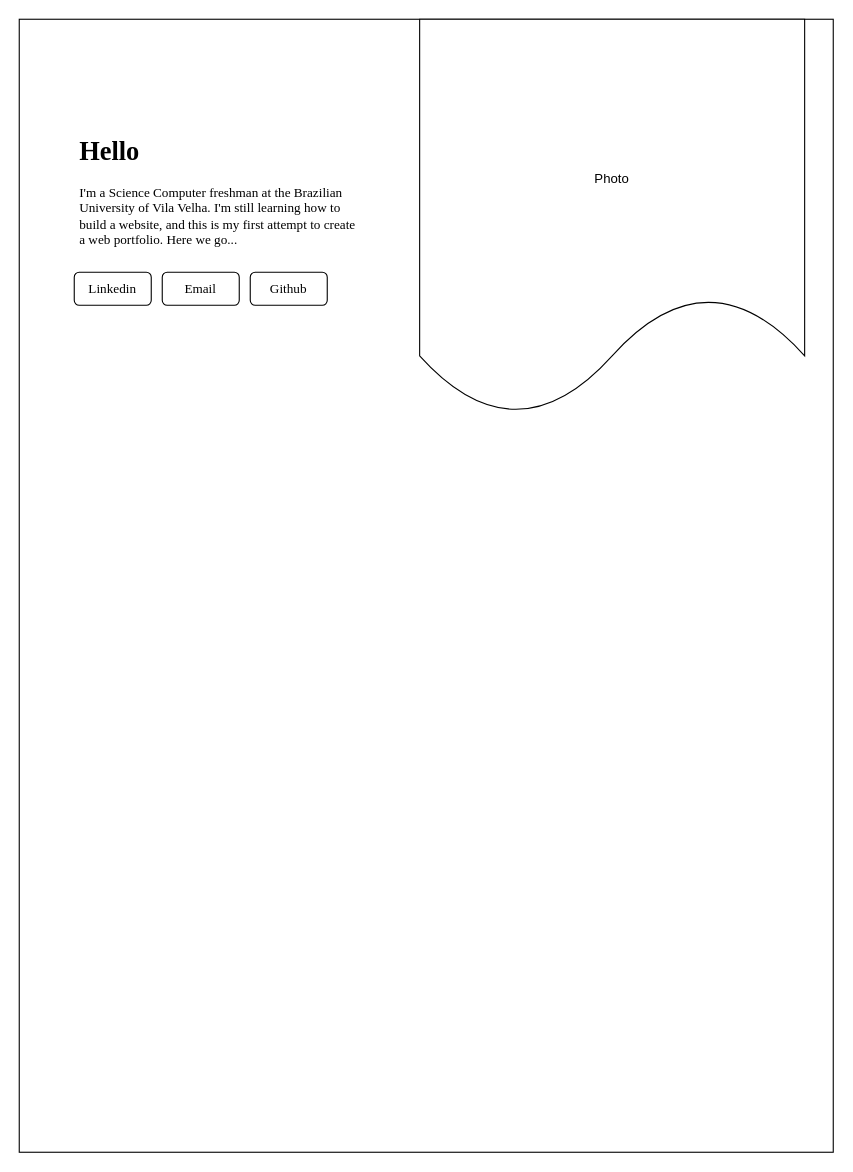
Above: Portfolio Layout Web.drawio in raqlr/WebCC1M (draw.io), before the change. Source tidied: cells renumbered, new cells numbered last; positions are measured from the earlier drawing's top-left corner, leaving out a move shared by most shapes. Both pictures are drawn from the tidied source at 110%, with x=0, y=0 at pixel (19, 19).
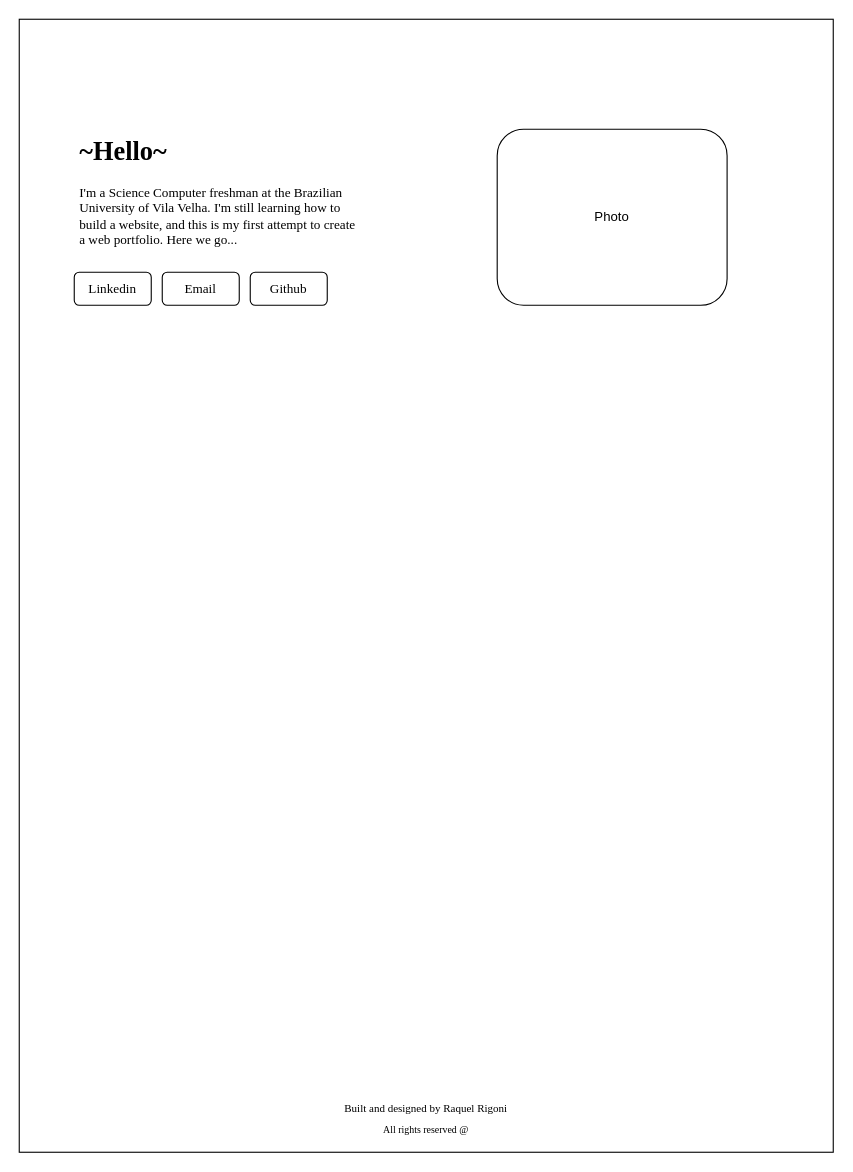
Above is the later version.

What changed in the source:
```diff
@@
 <mxGraphModel>
   <root>
     <mxCell id="0" />
     <mxCell id="1" parent="0" />
-    <mxCell id="2" style="rounded=0;whiteSpace=wrap;html=1;strokeColor=default;" parent="1" vertex="1">
+    <mxCell id="2" style="rounded=0;whiteSpace=wrap;html=1;" parent="1" vertex="1">
       <mxGeometry width="740" height="1030" as="geometry" />
     </mxCell>
-    <mxCell id="3" value="&lt;h1&gt;Hello&lt;/h1&gt;&lt;p&gt;&lt;span style=&quot;text-align: center;&quot;&gt;I'm a Science Computer freshman at the Brazilian University of Vila Velha. I'm still learning how to build a website, and this is my first attempt to create a web portfolio. Here we go...&lt;/span&gt;&lt;br&gt;&lt;/p&gt;" style="text;html=1;strokeColor=none;fillColor=none;spacing=5;spacingTop=-20;whiteSpace=wrap;overflow=hidden;rounded=0;fontFamily=Times New Roman;" parent="1" vertex="1">
+    <mxCell id="3" value="&lt;h1&gt;~Hello~&lt;/h1&gt;&lt;p&gt;&lt;span style=&quot;text-align: center;&quot;&gt;I'm a Science Computer freshman at the Brazilian University of Vila Velha. I'm still learning how to build a website, and this is my first attempt to create a web portfolio. Here we go...&lt;/span&gt;&lt;br&gt;&lt;/p&gt;" style="text;html=1;strokeColor=none;fillColor=none;spacing=5;spacingTop=-20;whiteSpace=wrap;overflow=hidden;rounded=0;fontFamily=Times New Roman;" parent="1" vertex="1">
       <mxGeometry x="50" y="100" width="260" height="140" as="geometry" />
     </mxCell>
-    <mxCell id="4" style="shape=document;whiteSpace=wrap;html=1;boundedLbl=1;" parent="1" vertex="1">
-      <mxGeometry x="364" width="350" height="360" as="geometry" />
-    </mxCell>
-    <mxCell id="5" value="Photo" style="text;html=1;strokeColor=none;fillColor=none;align=center;verticalAlign=middle;whiteSpace=wrap;rounded=0;" parent="1" vertex="1">
-      <mxGeometry x="509" y="130" width="60" height="30" as="geometry" />
-    </mxCell>
     <mxCell id="6" style="rounded=1;whiteSpace=wrap;html=1;fontFamily=Times New Roman;" parent="1" vertex="1">
       <mxGeometry x="50" y="230" width="70" height="30" as="geometry" />
     </mxCell>
     <mxCell id="7" style="rounded=1;whiteSpace=wrap;html=1;fontFamily=Times New Roman;" parent="1" vertex="1">
       <mxGeometry x="130" y="230" width="70" height="30" as="geometry" />
     </mxCell>
     <mxCell id="8" style="rounded=1;whiteSpace=wrap;html=1;fontFamily=Times New Roman;" parent="1" vertex="1">
       <mxGeometry x="210" y="230" width="70" height="30" as="geometry" />
     </mxCell>
     <mxCell id="9" value="Linkedin" style="text;html=1;strokeColor=none;fillColor=none;align=center;verticalAlign=middle;whiteSpace=wrap;rounded=0;fontFamily=Times New Roman;" parent="1" vertex="1">
       <mxGeometry x="55" y="230" width="60" height="30" as="geometry" />
     </mxCell>
     <mxCell id="10" value="Email" style="text;html=1;strokeColor=none;fillColor=none;align=center;verticalAlign=middle;whiteSpace=wrap;rounded=0;fontFamily=Times New Roman;" parent="1" vertex="1">
       <mxGeometry x="135" y="230" width="60" height="30" as="geometry" />
     </mxCell>
     <mxCell id="11" value="Github" style="text;html=1;strokeColor=none;fillColor=none;align=center;verticalAlign=middle;whiteSpace=wrap;rounded=0;fontFamily=Times New Roman;" parent="1" vertex="1">
       <mxGeometry x="215" y="230" width="60" height="30" as="geometry" />
     </mxCell>
+    <mxCell id="12" style="rounded=1;whiteSpace=wrap;html=1;fontFamily=Times New Roman;strokeColor=default;" parent="1" vertex="1">
+      <mxGeometry x="434.5" y="100" width="209" height="160" as="geometry" />
+    </mxCell>
+    <mxCell id="5" value="Photo" style="text;html=1;strokeColor=none;fillColor=none;align=center;verticalAlign=middle;whiteSpace=wrap;rounded=0;" parent="1" vertex="1">
+      <mxGeometry x="509" y="165" width="60" height="30" as="geometry" />
+    </mxCell>
+    <mxCell id="13" value="Built and designed by Raquel Rigoni" style="text;html=1;strokeColor=none;fillColor=none;align=center;verticalAlign=middle;whiteSpace=wrap;rounded=0;fontFamily=Times New Roman;fontSize=10;" parent="1" vertex="1">
+      <mxGeometry x="280" y="980" width="180" height="20" as="geometry" />
+    </mxCell>
+    <mxCell id="14" value="All rights reserved @" style="text;html=1;strokeColor=none;fillColor=none;align=center;verticalAlign=middle;whiteSpace=wrap;rounded=0;fontFamily=Times New Roman;fontSize=9;" parent="1" vertex="1">
+      <mxGeometry x="315" y="1000" width="110" height="20" as="geometry" />
+    </mxCell>
   </root>
 </mxGraphModel>
```
